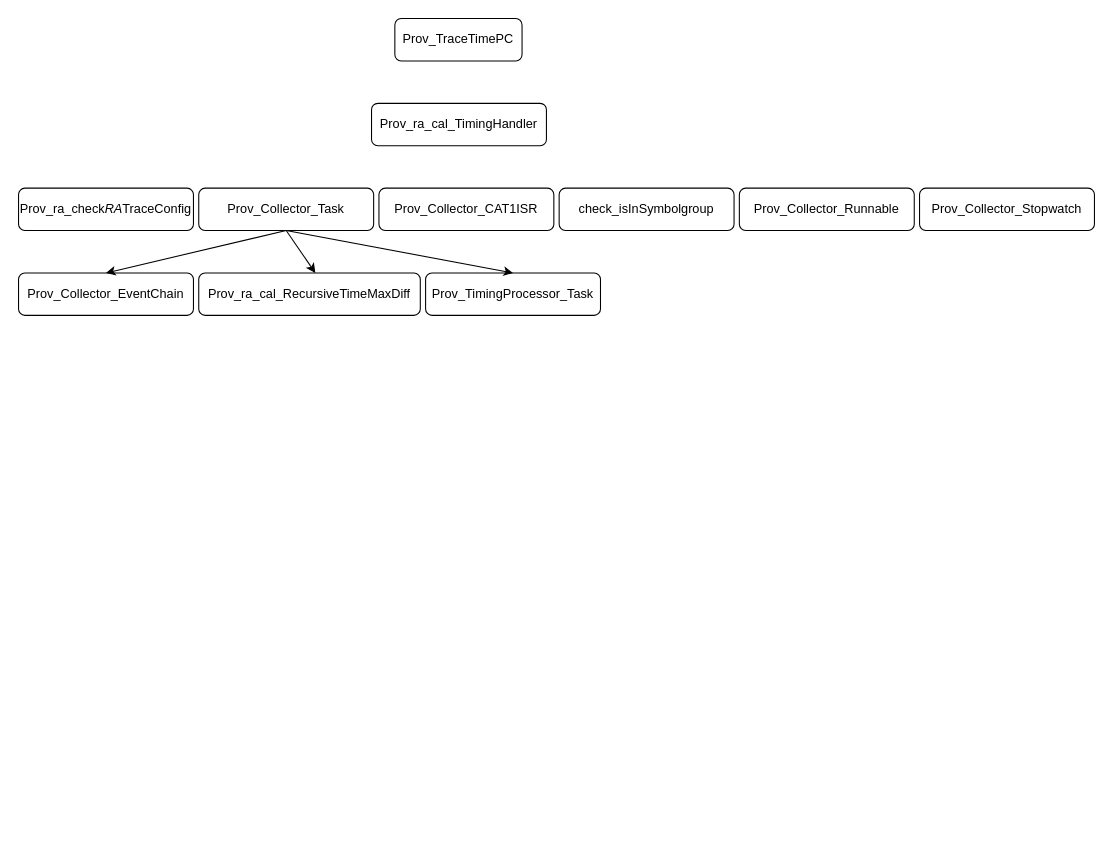
The draw.io diagram Untitled Diagram.drawio in fnhecl/test, before the edit. Source tidied: cells renumbered, new cells numbered last; positions are measured from the earlier drawing's top-left corner, leaving out a move shared by most shapes. Both pictures are drawn from the tidied source at 106%, with x=0, y=0 at pixel (18, 18).
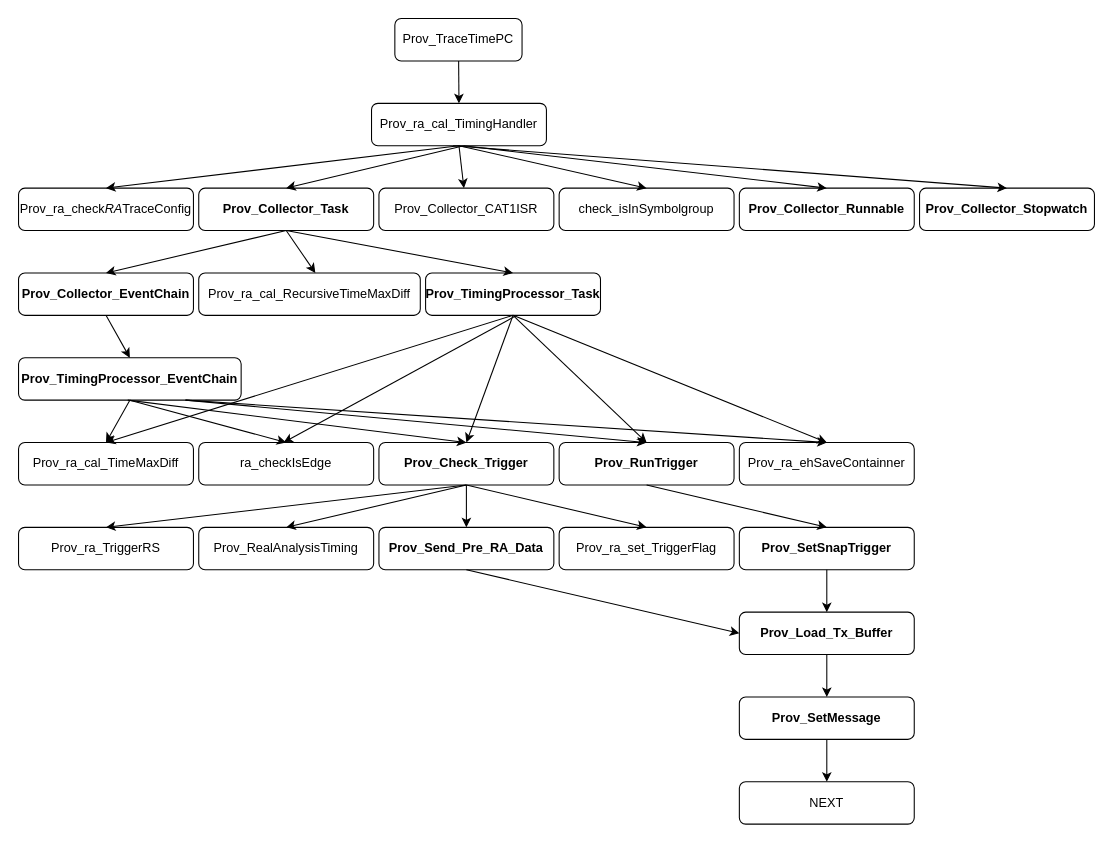
The same diagram, later.

Commit message:
Prov_Collector_Task done.

The change refers to these unchanged cells:
```xml
<mxCell id="2" value="Prov_TraceTimePC" style="rounded=1;whiteSpace=wrap;html=1;" parent="1" vertex="1">
  <mxGeometry x="355" width="120" height="40" as="geometry" />
</mxCell>
<mxCell id="3" value="Prov_ra_cal_TimingHandler" style="rounded=1;whiteSpace=wrap;html=1;" parent="1" vertex="1">
  <mxGeometry x="333" y="80" width="165" height="40" as="geometry" />
</mxCell>
<mxCell id="4" value="Prov_ra_check&lt;i&gt;RA&lt;/i&gt;TraceConfig" style="rounded=1;whiteSpace=wrap;html=1;" parent="1" vertex="1">
  <mxGeometry y="160" width="165" height="40" as="geometry" />
</mxCell>
<mxCell id="7" value="Prov_Collector_CAT1ISR" style="rounded=1;whiteSpace=wrap;html=1;" parent="1" vertex="1">
  <mxGeometry x="340" y="160" width="165" height="40" as="geometry" />
</mxCell>
<mxCell id="9" value="check_isInSymbolgroup" style="rounded=1;whiteSpace=wrap;html=1;" parent="1" vertex="1">
  <mxGeometry x="510" y="160" width="165" height="40" as="geometry" />
</mxCell>
```

What changed in the source:
```diff
@@
-    <mxCell id="5" value="Prov_Collector_Task" style="rounded=1;whiteSpace=wrap;html=1;" parent="1" vertex="1">
+    <mxCell id="5" value="&lt;b&gt;Prov_Collector_Task&lt;/b&gt;" style="rounded=1;whiteSpace=wrap;html=1;" parent="1" vertex="1">
       <mxGeometry x="170" y="160" width="165" height="40" as="geometry" />
     </mxCell>
-    <mxCell id="6" value="Prov_Collector_Runnable" style="rounded=1;whiteSpace=wrap;html=1;" parent="1" vertex="1">
+    <mxCell id="6" value="&lt;b&gt;Prov_Collector_Runnable&lt;/b&gt;" style="rounded=1;whiteSpace=wrap;html=1;" parent="1" vertex="1">
       <mxGeometry x="680" y="160" width="165" height="40" as="geometry" />
     </mxCell>
@@
-    <mxCell id="8" value="Prov_Collector_Stopwatch" style="rounded=1;whiteSpace=wrap;html=1;" parent="1" vertex="1">
+    <mxCell id="8" value="&lt;b&gt;Prov_Collector_Stopwatch&lt;/b&gt;" style="rounded=1;whiteSpace=wrap;html=1;" parent="1" vertex="1">
       <mxGeometry x="850" y="160" width="165" height="40" as="geometry" />
     </mxCell>
@@
-    <mxCell id="10" value="Prov_Collector_EventChain" style="rounded=1;whiteSpace=wrap;html=1;" parent="1" vertex="1">
+    <mxCell id="10" value="&lt;b&gt;Prov_Collector_EventChain&lt;/b&gt;" style="rounded=1;whiteSpace=wrap;html=1;" parent="1" vertex="1">
       <mxGeometry y="240" width="165" height="40" as="geometry" />
     </mxCell>
@@
-    <mxCell id="12" value="Prov_TimingProcessor_Task" style="rounded=1;whiteSpace=wrap;html=1;" parent="1" vertex="1">
+    <mxCell id="12" value="&lt;b&gt;Prov_TimingProcessor_Task&lt;/b&gt;" style="rounded=1;whiteSpace=wrap;html=1;" parent="1" vertex="1">
       <mxGeometry x="384" y="240" width="165" height="40" as="geometry" />
     </mxCell>
@@
+    <mxCell id="16" value="&lt;b&gt;Prov_TimingProcessor_EventChain&lt;/b&gt;" style="rounded=1;whiteSpace=wrap;html=1;" parent="1" vertex="1">
+      <mxGeometry y="320" width="210" height="40" as="geometry" />
+    </mxCell>
+    <mxCell id="17" style="endArrow=classic;html=1;exitX=0.5;exitY=1;exitDx=0;exitDy=0;entryX=0.5;entryY=0;entryDx=0;entryDy=0;" parent="1" edge="1" source="10" target="16">
+      <mxGeometry relative="1" as="geometry" />
+    </mxCell>
+    <mxCell id="18" value="Prov_ra_cal_TimeMaxDiff" style="rounded=1;whiteSpace=wrap;html=1;" parent="1" vertex="1">
+      <mxGeometry y="400" width="165" height="40" as="geometry" />
+    </mxCell>
+    <mxCell id="19" value="ra_checkIsEdge" style="rounded=1;whiteSpace=wrap;html=1;" parent="1" vertex="1">
+      <mxGeometry x="170" y="400" width="165" height="40" as="geometry" />
+    </mxCell>
+    <mxCell id="20" value="&lt;b&gt;Prov_Check_Trigger&lt;/b&gt;" style="rounded=1;whiteSpace=wrap;html=1;" parent="1" vertex="1">
+      <mxGeometry x="340" y="400" width="165" height="40" as="geometry" />
+    </mxCell>
+    <mxCell id="21" value="&lt;b&gt;Prov_RunTrigger&lt;/b&gt;" style="rounded=1;whiteSpace=wrap;html=1;" parent="1" vertex="1">
+      <mxGeometry x="510" y="400" width="165" height="40" as="geometry" />
+    </mxCell>
+    <mxCell id="22" value="Prov_ra_ehSaveContainner" style="rounded=1;whiteSpace=wrap;html=1;" parent="1" vertex="1">
+      <mxGeometry x="680" y="400" width="165" height="40" as="geometry" />
+    </mxCell>
+    <mxCell id="23" style="endArrow=classic;html=1;exitX=0.5;exitY=1;exitDx=0;exitDy=0;entryX=0.5;entryY=0;entryDx=0;entryDy=0;" parent="1" edge="1" source="16" target="18">
+      <mxGeometry relative="1" as="geometry" />
+    </mxCell>
+    <mxCell id="24" style="endArrow=classic;html=1;exitX=0.5;exitY=1;exitDx=0;exitDy=0;entryX=0.5;entryY=0;entryDx=0;entryDy=0;" parent="1" edge="1" source="16" target="19">
+      <mxGeometry relative="1" as="geometry" />
+    </mxCell>
+    <mxCell id="25" style="endArrow=classic;html=1;entryX=0.5;entryY=0;entryDx=0;entryDy=0;" parent="1" edge="1" target="20">
+      <mxGeometry relative="1" as="geometry">
+        <mxPoint x="103" y="360" as="sourcePoint" />
+      </mxGeometry>
+    </mxCell>
+    <mxCell id="26" style="endArrow=classic;html=1;exitX=0.75;exitY=1;exitDx=0;exitDy=0;entryX=0.5;entryY=0;entryDx=0;entryDy=0;" parent="1" edge="1" source="16" target="21">
+      <mxGeometry relative="1" as="geometry" />
+    </mxCell>
+    <mxCell id="27" style="endArrow=classic;html=1;exitX=0.75;exitY=1;exitDx=0;exitDy=0;entryX=0.5;entryY=0;entryDx=0;entryDy=0;" parent="1" edge="1" source="16" target="22">
+      <mxGeometry relative="1" as="geometry" />
+    </mxCell>
+    <mxCell id="28" style="endArrow=classic;html=1;entryX=0.5;entryY=0;entryDx=0;entryDy=0;" parent="1" edge="1" source="2" target="3">
+      <mxGeometry relative="1" as="geometry" />
+    </mxCell>
+    <mxCell id="29" style="endArrow=classic;html=1;exitX=0.5;exitY=1;exitDx=0;exitDy=0;entryX=0.5;entryY=0;entryDx=0;entryDy=0;" parent="1" edge="1" source="3" target="4">
+      <mxGeometry relative="1" as="geometry" />
+    </mxCell>
+    <mxCell id="30" style="endArrow=classic;html=1;entryX=0.5;entryY=0;entryDx=0;entryDy=0;" parent="1" edge="1" target="8">
+      <mxGeometry relative="1" as="geometry">
+        <mxPoint x="410" y="120" as="sourcePoint" />
+      </mxGeometry>
+    </mxCell>
+    <mxCell id="31" style="endArrow=classic;html=1;entryX=0.5;entryY=0;entryDx=0;entryDy=0;" parent="1" edge="1" target="5">
+      <mxGeometry relative="1" as="geometry">
+        <mxPoint x="420" y="120" as="sourcePoint" />
+      </mxGeometry>
+    </mxCell>
+    <mxCell id="32" style="endArrow=classic;html=1;entryX=0.5;entryY=0;entryDx=0;entryDy=0;" parent="1" edge="1" target="6">
+      <mxGeometry relative="1" as="geometry">
+        <mxPoint x="420" y="120" as="sourcePoint" />
+      </mxGeometry>
+    </mxCell>
+    <mxCell id="33" style="endArrow=classic;html=1;entryX=0.5;entryY=0;entryDx=0;entryDy=0;exitX=0.5;exitY=1;exitDx=0;exitDy=0;" parent="1" edge="1" source="3" target="9">
+      <mxGeometry relative="1" as="geometry" />
+    </mxCell>
+    <mxCell id="34" style="endArrow=classic;html=1;exitX=0.5;exitY=1;exitDx=0;exitDy=0;" parent="1" edge="1" source="3" target="7">
+      <mxGeometry relative="1" as="geometry" />
+    </mxCell>
+    <mxCell id="35" style="endArrow=classic;html=1;exitX=0.5;exitY=1;exitDx=0;exitDy=0;entryX=0.5;entryY=0;entryDx=0;entryDy=0;" parent="1" edge="1" source="12" target="18">
+      <mxGeometry relative="1" as="geometry" />
+    </mxCell>
+    <mxCell id="36" style="endArrow=classic;html=1;entryX=0.5;entryY=0;entryDx=0;entryDy=0;exitX=0.5;exitY=1;exitDx=0;exitDy=0;" parent="1" edge="1" source="12" target="21">
+      <mxGeometry relative="1" as="geometry" />
+    </mxCell>
+    <mxCell id="37" style="endArrow=classic;html=1;entryX=0.5;entryY=0;entryDx=0;entryDy=0;exitX=0.5;exitY=1;exitDx=0;exitDy=0;" parent="1" edge="1" source="12" target="22">
+      <mxGeometry relative="1" as="geometry" />
+    </mxCell>
+    <mxCell id="38" style="endArrow=classic;html=1;" parent="1" edge="1">
+      <mxGeometry relative="1" as="geometry">
+        <mxPoint x="470" y="280" as="sourcePoint" />
+        <mxPoint x="250" y="400" as="targetPoint" />
+      </mxGeometry>
+    </mxCell>
+    <mxCell id="39" style="endArrow=classic;html=1;exitX=0.5;exitY=1;exitDx=0;exitDy=0;entryX=0.5;entryY=0;entryDx=0;entryDy=0;" parent="1" edge="1" source="12" target="20">
+      <mxGeometry relative="1" as="geometry" />
+    </mxCell>
+    <mxCell id="40" value="Prov_ra_TriggerRS" style="rounded=1;whiteSpace=wrap;html=1;" parent="1" vertex="1">
+      <mxGeometry y="480" width="165" height="40" as="geometry" />
+    </mxCell>
+    <mxCell id="41" value="Prov_RealAnalysisTiming" style="rounded=1;whiteSpace=wrap;html=1;" parent="1" vertex="1">
+      <mxGeometry x="170" y="480" width="165" height="40" as="geometry" />
+    </mxCell>
+    <mxCell id="42" value="&lt;b&gt;Prov_Send_Pre_RA_Data&lt;/b&gt;" style="rounded=1;whiteSpace=wrap;html=1;" parent="1" vertex="1">
+      <mxGeometry x="340" y="480" width="165" height="40" as="geometry" />
+    </mxCell>
+    <mxCell id="43" value="Prov_ra_set_TriggerFlag" style="rounded=1;whiteSpace=wrap;html=1;" parent="1" vertex="1">
+      <mxGeometry x="510" y="480" width="165" height="40" as="geometry" />
+    </mxCell>
+    <mxCell id="44" style="endArrow=classic;html=1;exitX=0.5;exitY=1;exitDx=0;exitDy=0;entryX=0.5;entryY=0;entryDx=0;entryDy=0;" parent="1" edge="1" source="20" target="40">
+      <mxGeometry relative="1" as="geometry" />
+    </mxCell>
+    <mxCell id="45" style="endArrow=classic;html=1;exitX=0.5;exitY=1;exitDx=0;exitDy=0;entryX=0.5;entryY=0;entryDx=0;entryDy=0;" parent="1" edge="1" source="20" target="43">
+      <mxGeometry relative="1" as="geometry" />
+    </mxCell>
+    <mxCell id="46" style="endArrow=classic;html=1;exitX=0.5;exitY=1;exitDx=0;exitDy=0;entryX=0.5;entryY=0;entryDx=0;entryDy=0;" parent="1" edge="1" source="20" target="42">
+      <mxGeometry relative="1" as="geometry" />
+    </mxCell>
+    <mxCell id="47" style="endArrow=classic;html=1;exitX=0.5;exitY=1;exitDx=0;exitDy=0;entryX=0.5;entryY=0;entryDx=0;entryDy=0;" parent="1" edge="1" source="20" target="41">
+      <mxGeometry relative="1" as="geometry" />
+    </mxCell>
+    <mxCell id="48" value="&lt;b&gt;Prov_SetSnapTrigger&lt;/b&gt;" style="rounded=1;whiteSpace=wrap;html=1;" parent="1" vertex="1">
+      <mxGeometry x="680" y="480" width="165" height="40" as="geometry" />
+    </mxCell>
+    <mxCell id="49" style="endArrow=classic;html=1;exitX=0.5;exitY=1;exitDx=0;exitDy=0;entryX=0.5;entryY=0;entryDx=0;entryDy=0;" parent="1" edge="1" source="21" target="48">
+      <mxGeometry relative="1" as="geometry" />
+    </mxCell>
+    <mxCell id="50" value="&lt;b&gt;Prov_Load_Tx_Buffer&lt;/b&gt;" style="rounded=1;whiteSpace=wrap;html=1;" parent="1" vertex="1">
+      <mxGeometry x="680" y="560" width="165" height="40" as="geometry" />
+    </mxCell>
+    <mxCell id="51" value="&lt;b&gt;Prov_SetMessage&lt;/b&gt;" style="rounded=1;whiteSpace=wrap;html=1;" parent="1" vertex="1">
+      <mxGeometry x="680" y="640" width="165" height="40" as="geometry" />
+    </mxCell>
+    <mxCell id="52" value="NEXT" style="rounded=1;whiteSpace=wrap;html=1;" parent="1" vertex="1">
+      <mxGeometry x="680" y="720" width="165" height="40" as="geometry" />
+    </mxCell>
+    <mxCell id="53" style="endArrow=classic;html=1;exitX=0.5;exitY=1;exitDx=0;exitDy=0;entryX=0.5;entryY=0;entryDx=0;entryDy=0;" parent="1" edge="1" source="51" target="52">
+      <mxGeometry relative="1" as="geometry" />
+    </mxCell>
+    <mxCell id="54" style="endArrow=classic;html=1;exitX=0.5;exitY=1;exitDx=0;exitDy=0;entryX=0.5;entryY=0;entryDx=0;entryDy=0;" parent="1" edge="1" source="50" target="51">
+      <mxGeometry relative="1" as="geometry" />
+    </mxCell>
+    <mxCell id="55" style="endArrow=classic;html=1;exitX=0.5;exitY=1;exitDx=0;exitDy=0;" parent="1" edge="1" source="48" target="50">
+      <mxGeometry relative="1" as="geometry" />
+    </mxCell>
+    <mxCell id="56" style="endArrow=classic;html=1;exitX=0.5;exitY=1;exitDx=0;exitDy=0;entryX=0;entryY=0.5;entryDx=0;entryDy=0;" parent="1" edge="1" source="42" target="50">
+      <mxGeometry relative="1" as="geometry" />
+    </mxCell>
```
